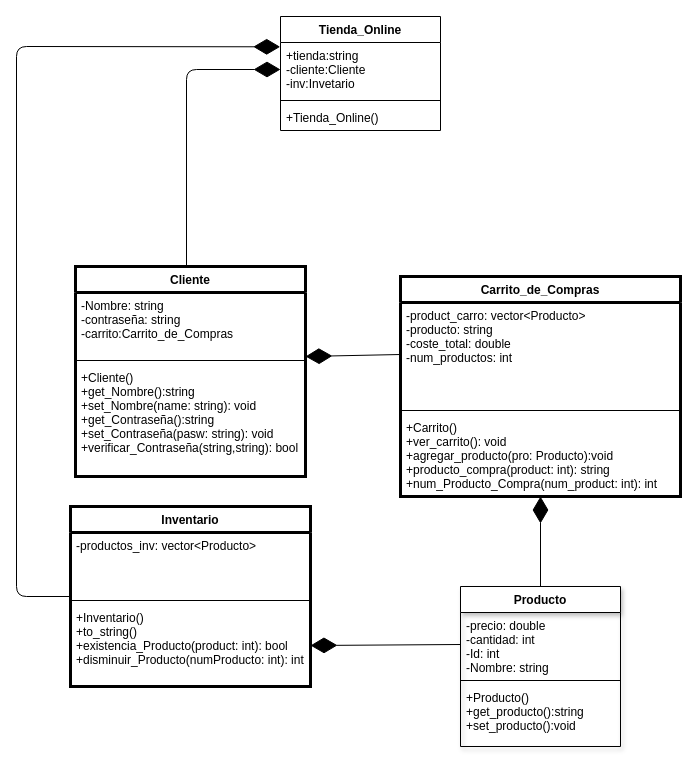
Earlier version of the draw.io diagram Tienda online.drawio (C-CEM-TC1033-304-2213/intregrador-SantiagoCastro05). Source tidied: cells renumbered, new cells numbered last; positions are measured from the earlier drawing's top-left corner, leaving out a move shared by most shapes. Both pictures are drawn from the tidied source at 100%, with x=0, y=0 at pixel (16, 16).
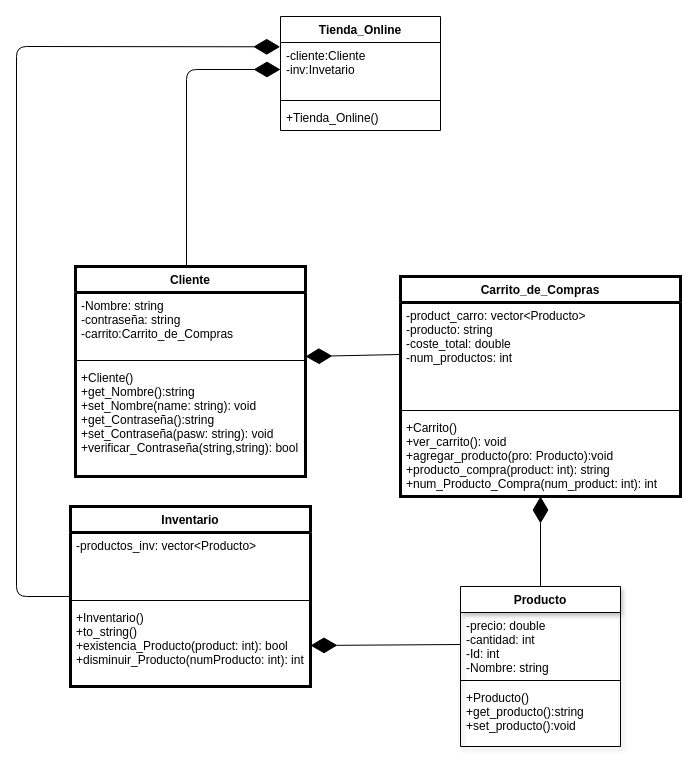
The same page after the edit.

Unchanged cells that the change refers to:
```xml
<mxCell id="17" value="Tienda_Online" style="swimlane;fontStyle=1;align=center;verticalAlign=top;horizontal=1;startSize=26;" parent="1" vertex="1">
  <mxGeometry x="264" width="160" height="114" as="geometry" />
</mxCell>
```

What changed in the source:
```diff
@@
-    <mxCell id="18" value="+tienda:string&#10;-cliente:Cliente&#10;-inv:Invetario&#10;&#10;" style="text;strokeColor=none;fillColor=none;align=left;verticalAlign=top;spacingLeft=4;spacingRight=4;overflow=hidden;points=[[0,0.5],[1,0.5]];portConstraint=eastwest;" parent="17" vertex="1">
+    <mxCell id="18" value="-cliente:Cliente&#10;-inv:Invetario&#10;&#10;" style="text;strokeColor=none;fillColor=none;align=left;verticalAlign=top;spacingLeft=4;spacingRight=4;overflow=hidden;points=[[0,0.5],[1,0.5]];portConstraint=eastwest;" parent="17" vertex="1">
       <mxGeometry y="26" width="160" height="54" as="geometry" />
     </mxCell>
```
